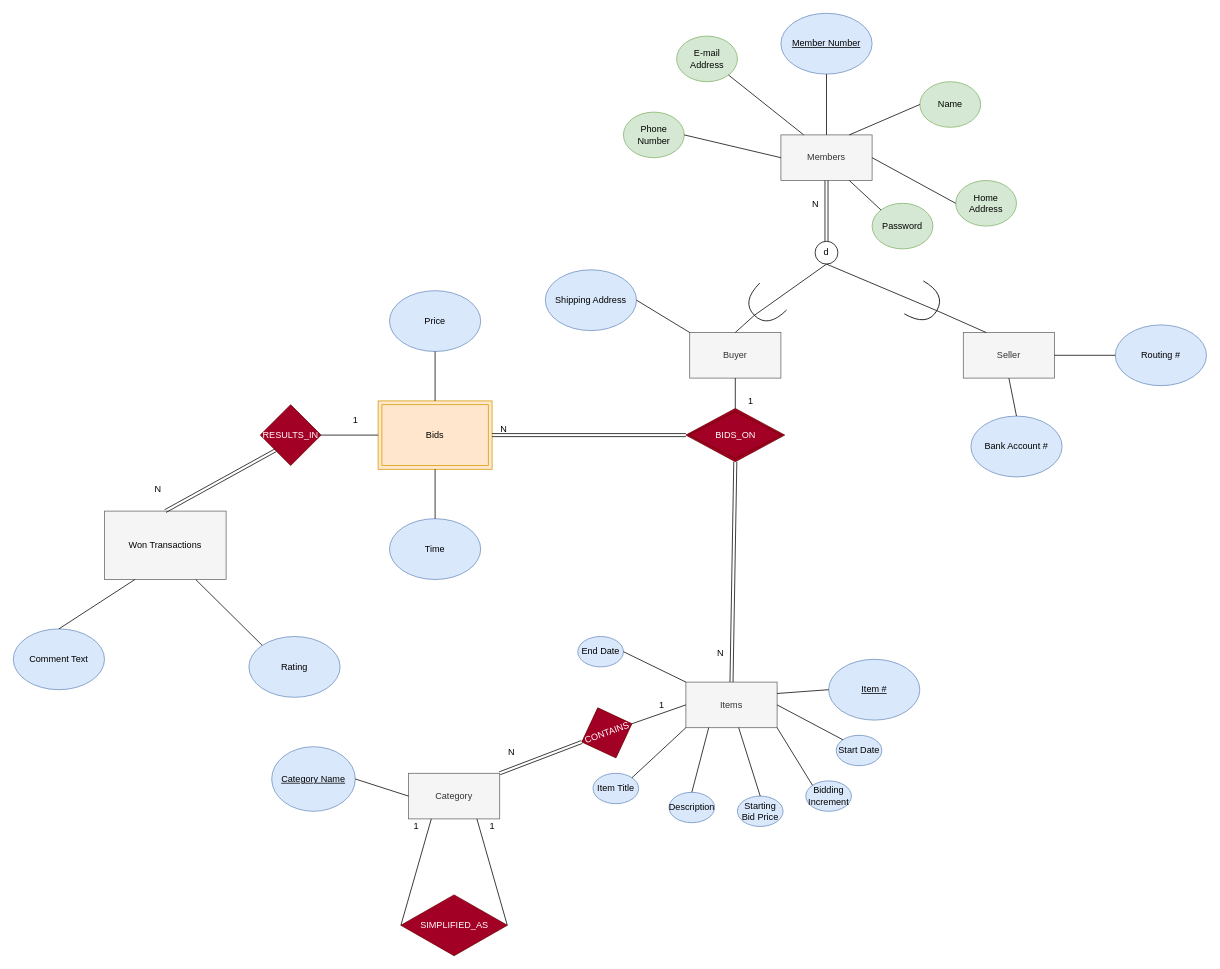
This is EER Modelling.drawio from William-BC-CA/CPSC2221_EER_Modelling_Diagram, a draw.io file, before an edit. Source tidied: cells renumbered, new cells numbered last; positions are measured from the earlier drawing's top-left corner, leaving out a move shared by most shapes. Both pictures are drawn from the tidied source at 76%, with x=0, y=0 at pixel (13, 13).
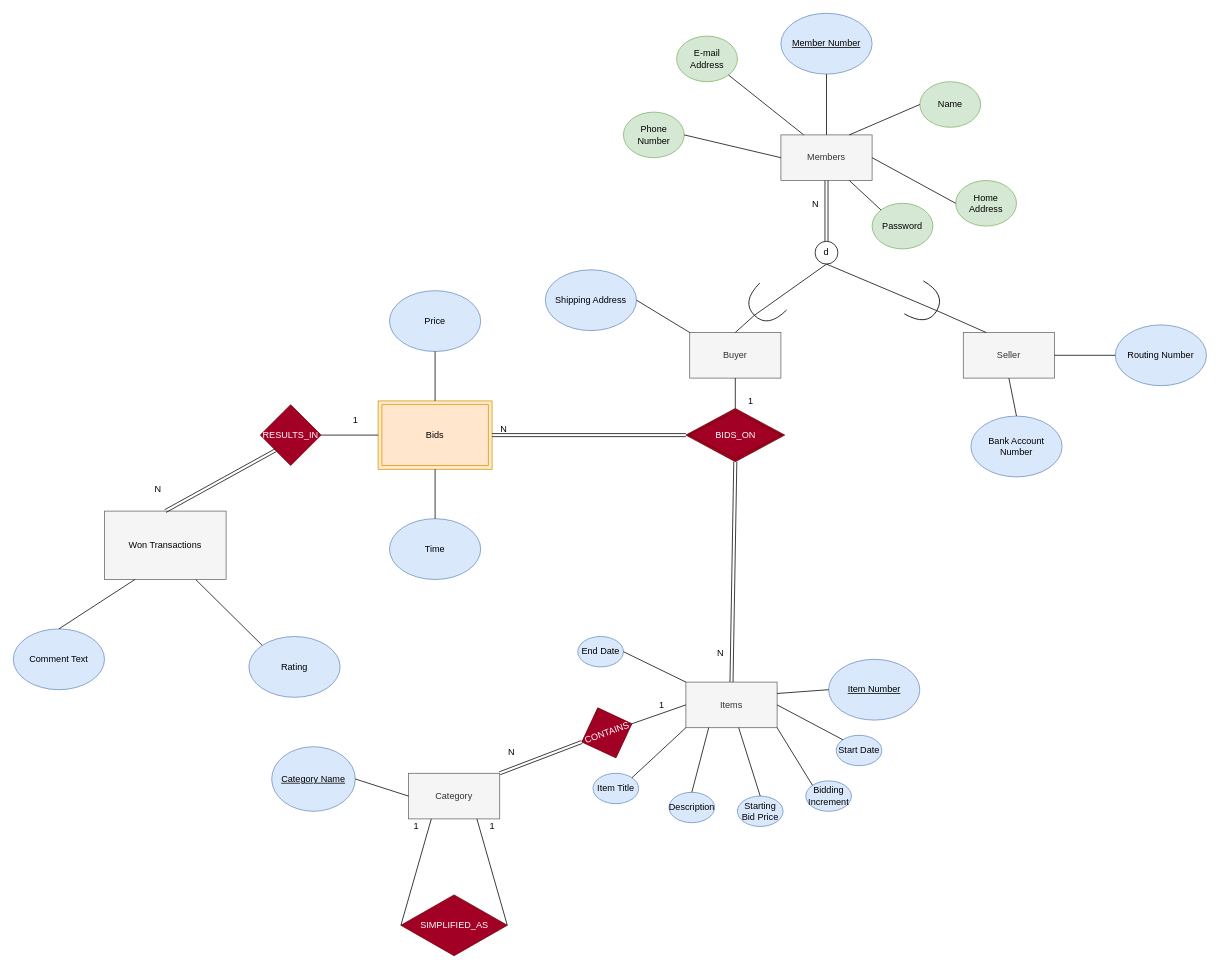
The same page after the edit.

Change to the diagram source:
```diff
@@
-    <mxCell id="23" value="Bank Account #" style="ellipse;whiteSpace=wrap;html=1;fillColor=#dae8fc;strokeColor=#6c8ebf;" parent="1" vertex="1">
+    <mxCell id="23" value="Bank Account Number" style="ellipse;whiteSpace=wrap;html=1;fillColor=#dae8fc;strokeColor=#6c8ebf;" parent="1" vertex="1">
       <mxGeometry x="1260" y="530" width="120" height="80" as="geometry" />
     </mxCell>
-    <mxCell id="24" value="Routing #" style="ellipse;whiteSpace=wrap;html=1;fillColor=#dae8fc;strokeColor=#6c8ebf;" parent="1" vertex="1">
+    <mxCell id="24" value="Routing Number" style="ellipse;whiteSpace=wrap;html=1;fillColor=#dae8fc;strokeColor=#6c8ebf;" parent="1" vertex="1">
       <mxGeometry x="1450" y="410" width="120" height="80" as="geometry" />
     </mxCell>
@@
-    <mxCell id="29" value="&lt;u&gt;Item #&lt;/u&gt;" style="ellipse;whiteSpace=wrap;html=1;fillColor=#dae8fc;strokeColor=#6c8ebf;" parent="1" vertex="1">
+    <mxCell id="29" value="&lt;u&gt;Item Number&lt;/u&gt;" style="ellipse;whiteSpace=wrap;html=1;fillColor=#dae8fc;strokeColor=#6c8ebf;" parent="1" vertex="1">
       <mxGeometry x="1072.8" y="850" width="120" height="80" as="geometry" />
     </mxCell>
```
